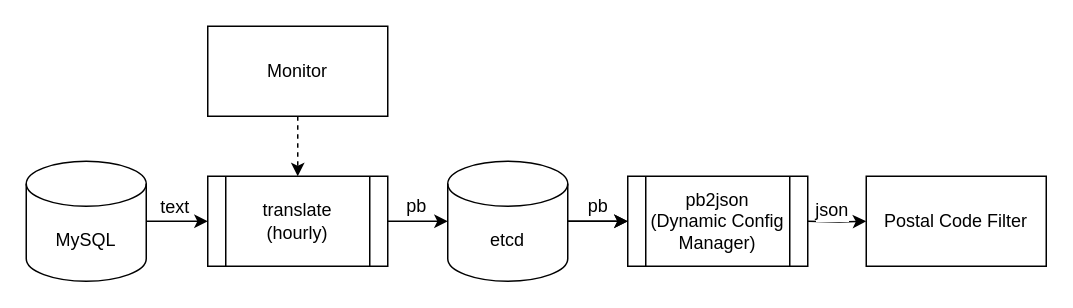
This is page "translate" (4 of 4) of news.drawio from d0ngjun/drawio, a draw.io file, before an edit. Source tidied: cells renumbered, new cells numbered last; positions are measured from the earlier drawing's top-left corner, leaving out a move shared by most shapes. Both pictures are drawn from the tidied source at 150%, with x=0, y=0 at pixel (26, 26).
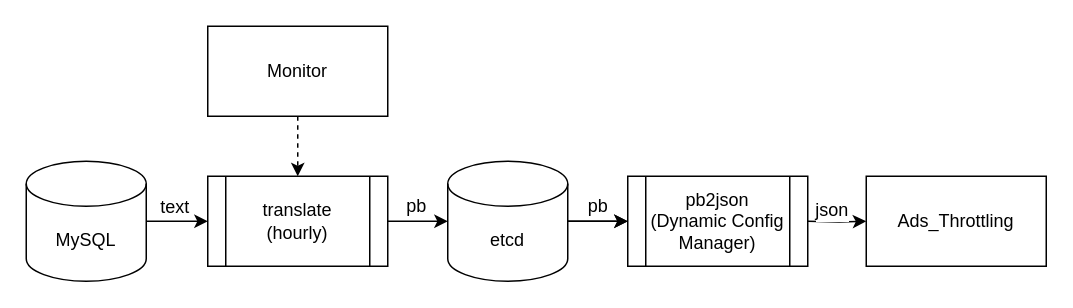
The same diagram, later.

Commit message (it also covers changes not shown here):
change filter name

The edit, as a diff of the source:
```diff
@@
-    <mxCell id="16" value="Postal Code Filter" style="rounded=0;whiteSpace=wrap;html=1;" parent="1" vertex="1">
+    <mxCell id="16" value="Ads_Throttling" style="rounded=0;whiteSpace=wrap;html=1;" parent="1" vertex="1">
       <mxGeometry x="560" y="100" width="120" height="60" as="geometry" />
     </mxCell>
```
